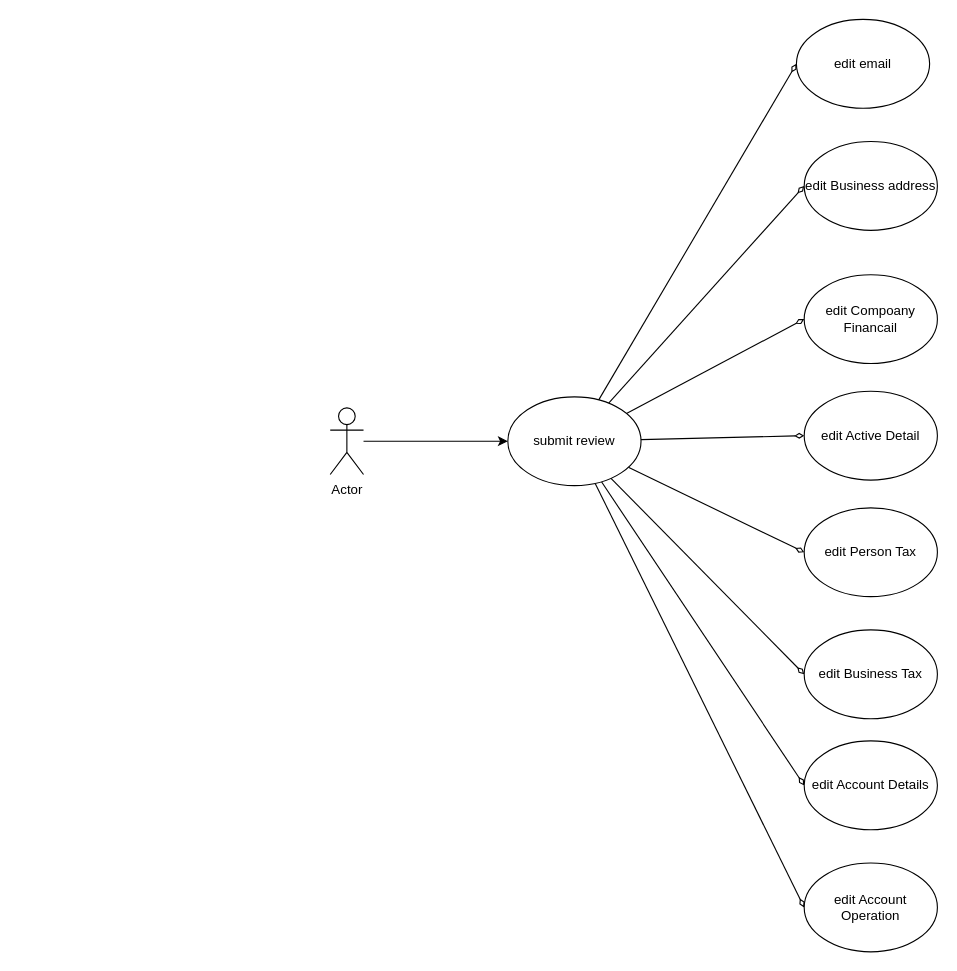
Before: page "第 1 页" (1 of 6) of 多开户.drawio in RexYao97/sfrex, a draw.io diagram. Source tidied: cells renumbered, new cells numbered last; positions are measured from the earlier drawing's top-left corner, leaving out a move shared by most shapes. Both pictures are drawn from the tidied source at 111%, with x=0, y=0 at pixel (330, 19).
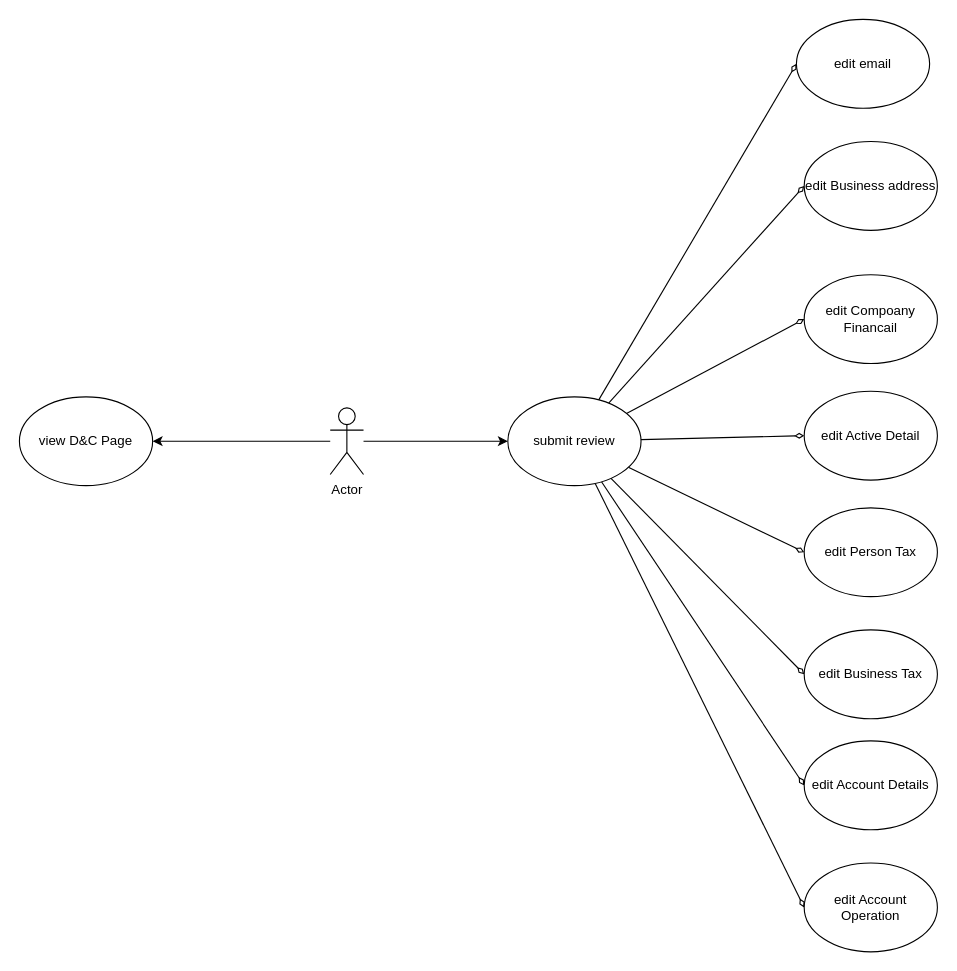
The same diagram, later.

Commit message:
更新多开户.drawio

Unchanged cells that the change refers to:
```xml
<mxCell id="3" value="Actor" style="shape=umlActor;verticalLabelPosition=bottom;verticalAlign=top;html=1;outlineConnect=0;" parent="1" vertex="1">
  <mxGeometry y="350" width="30" height="60" as="geometry" />
</mxCell>
```

Diff of the diagram source:
```diff
@@
+    <mxCell id="21" style="edgeStyle=orthogonalEdgeStyle;rounded=0;jettySize=auto;html=1;entryX=1;entryY=0.5;entryDx=0;entryDy=0;" parent="1" edge="1" source="3" target="22">
+      <mxGeometry relative="1" as="geometry" />
+    </mxCell>
@@
+    <mxCell id="22" value="view D&amp;amp;C Page" style="ellipse;whiteSpace=wrap;html=1;" parent="1" vertex="1">
+      <mxGeometry x="-280" y="340" width="120" height="80" as="geometry" />
+    </mxCell>
```
